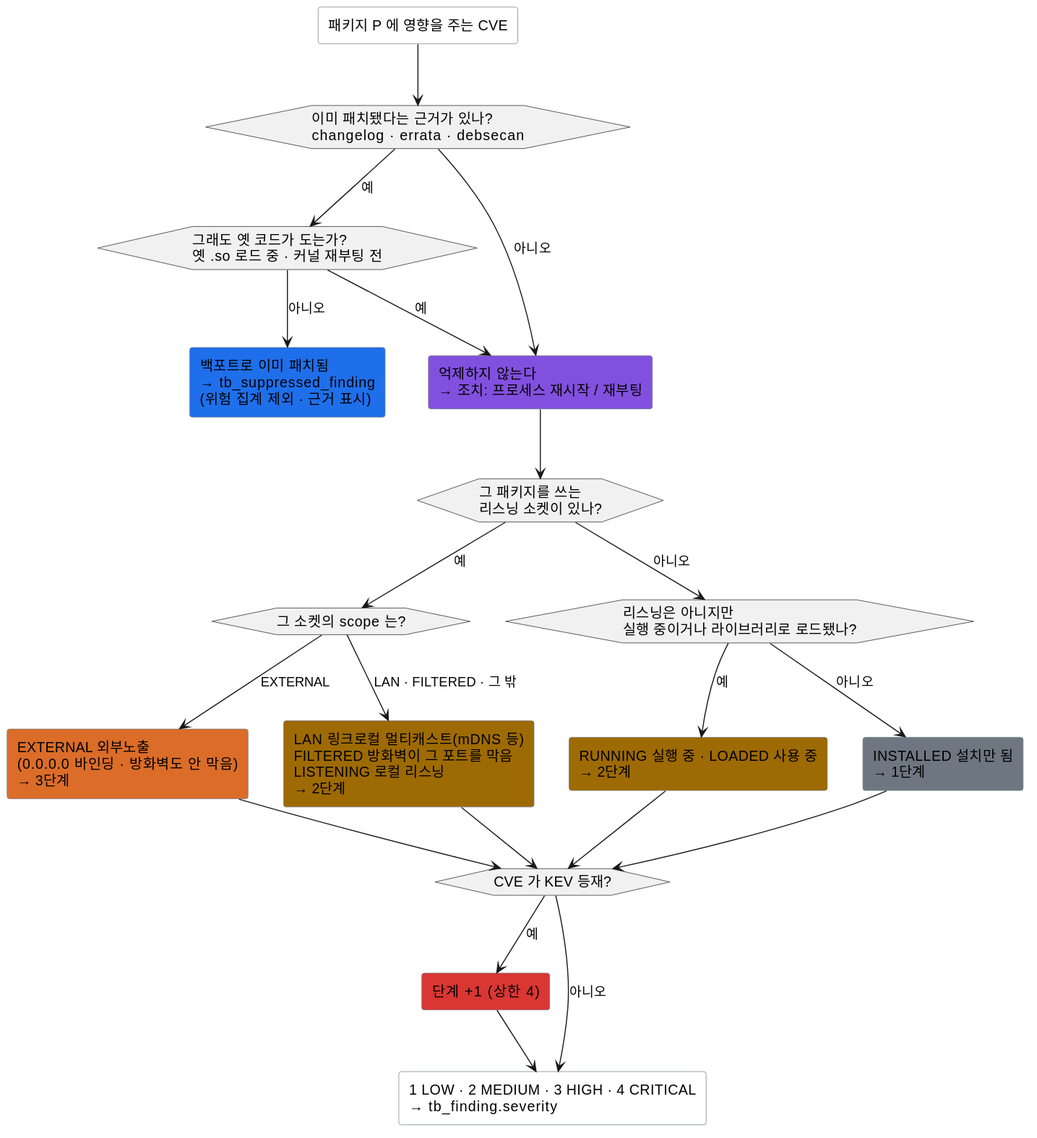
Before: docs/specs/diagrams/매처판정로직.svg, a diagram exported from PlantUML (JeongDoWook/vuln-agent).
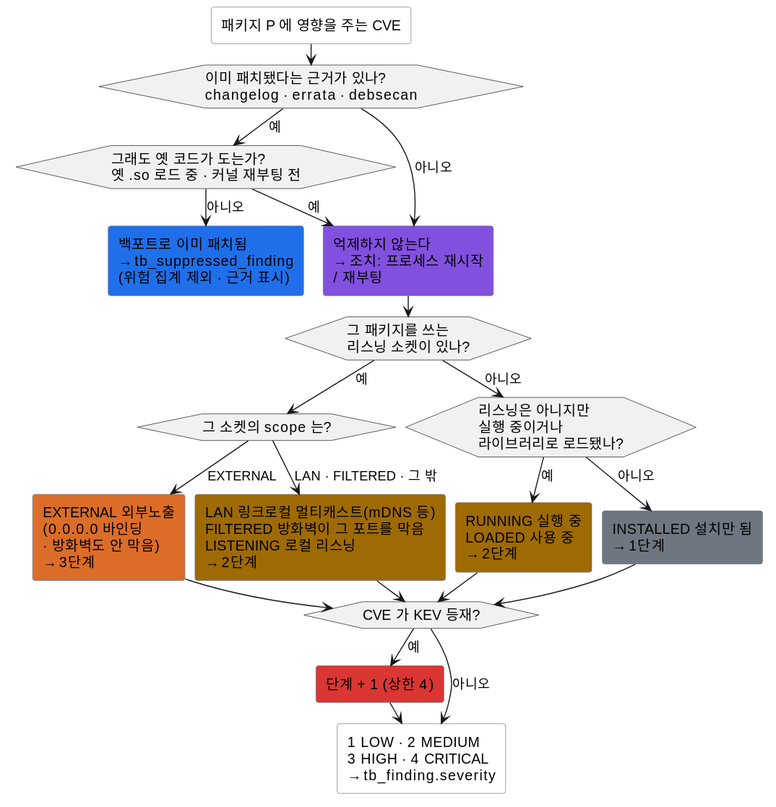
After the commit.

Change to the diagram source:
```diff
@@ -5,24 +5,27 @@
     BorderColor #6e7681
 }
 skinparam shadowing false
+skinparam nodesep 10
+skinparam ranksep 20
+skinparam wrapWidth 240
 
 rectangle "패키지 P 에 영향을 주는 CVE" as START
 hexagon "이미 패치됐다는 근거가 있나?\nchangelog · errata · debsecan" as FIX
 hexagon "그래도 옛 코드가 도는가?\n옛 .so 로드 중 · 커널 재부팅 전" as STALE
-rectangle "억제하지 않는다\n→ 조치: 프로세스 재시작 / 재부팅" as KEEP #8250df
+rectangle "억제하지 않는다\n→ 조치: 프로세스 재시작\n/ 재부팅" as KEEP #8250df
 rectangle "백포트로 이미 패치됨\n→ tb_suppressed_finding\n(위험 집계 제외 · 근거 표시)" as SUP #1f6feb
 
 hexagon "그 패키지를 쓰는\n리스닝 소켓이 있나?" as LE
 hexagon "그 소켓의 scope 는?" as SCOPE
-rectangle "EXTERNAL 외부노출\n(0.0.0.0 바인딩 · 방화벽도 안 막음)\n→ 3단계" as S3 #db6d28
+rectangle "EXTERNAL 외부노출\n(0.0.0.0 바인딩\n· 방화벽도 안 막음)\n→ 3단계" as S3 #db6d28
 rectangle "LAN 링크로컬 멀티캐스트(mDNS 등)\nFILTERED 방화벽이 그 포트를 막음\nLISTENING 로컬 리스닝\n→ 2단계" as S2 #9e6a03
-hexagon "리스닝은 아니지만\n실행 중이거나 라이브러리로 로드됐나?" as USE
-rectangle "RUNNING 실행 중 · LOADED 사용 중\n→ 2단계" as S2B #9e6a03
+hexagon "리스닝은 아니지만\n실행 중이거나\n라이브러리로 로드됐나?" as USE
+rectangle "RUNNING 실행 중\nLOADED 사용 중\n→ 2단계" as S2B #9e6a03
 rectangle "INSTALLED 설치만 됨\n→ 1단계" as S1 #6e7681
 
 hexagon "CVE 가 KEV 등재?" as KEV
 rectangle "단계 +1 (상한 4)" as BUMP #da3633
-rectangle "1 LOW · 2 MEDIUM · 3 HIGH · 4 CRITICAL\n→ tb_finding.severity" as SEV
+rectangle "1 LOW · 2 MEDIUM\n3 HIGH · 4 CRITICAL\n→ tb_finding.severity" as SEV
 
 START --> FIX
 FIX --> STALE : 예
```
